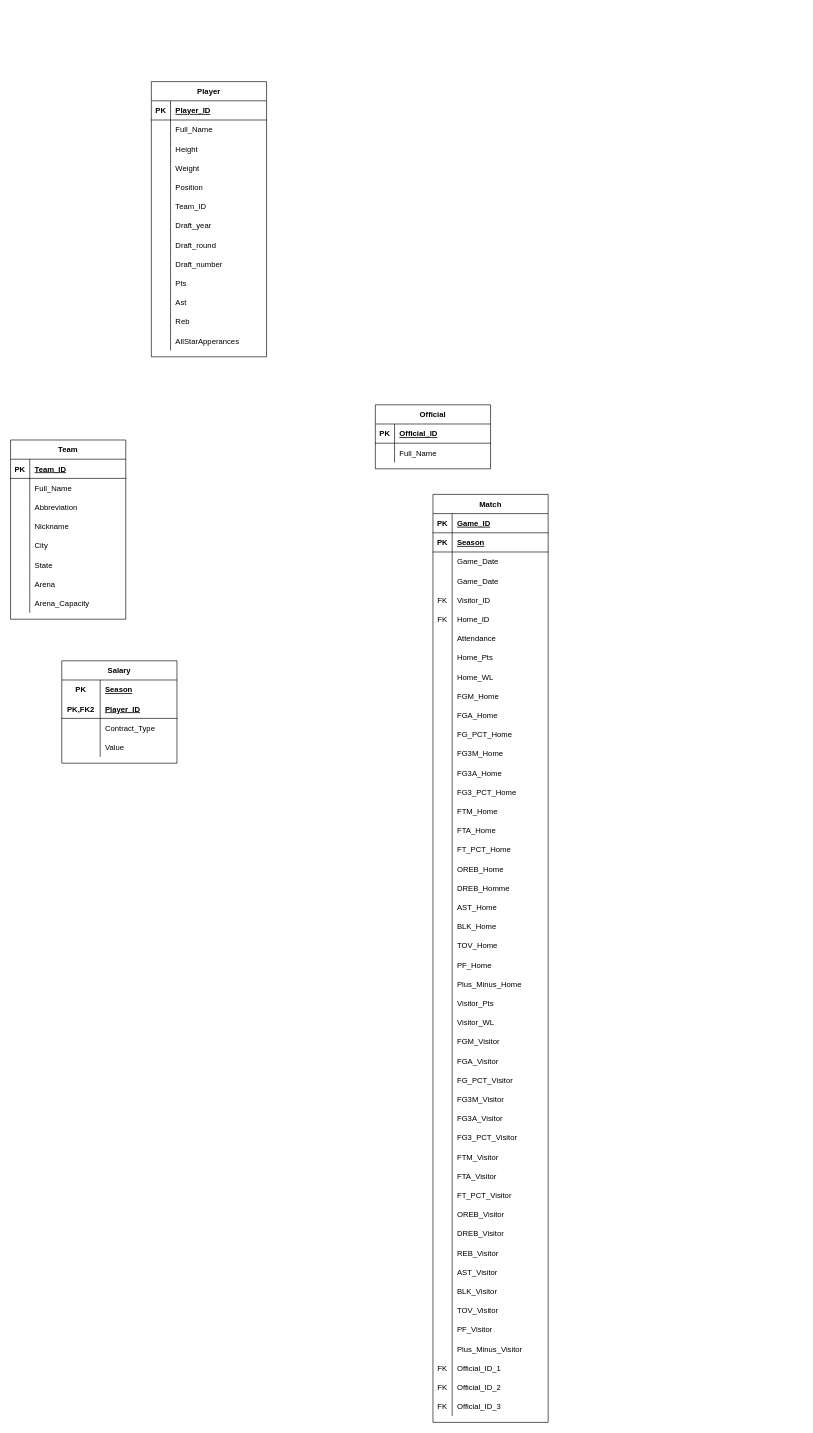
Earlier version of the draw.io diagram Others/ERDProyecto01DB.drawio (elpatron2211/BasedeDatosProyecto1). Source tidied: cells renumbered, new cells numbered last; positions are measured from the earlier drawing's top-left corner, leaving out a move shared by most shapes. Both pictures are drawn from the tidied source at 64%, with x=0, y=0 at pixel (10, 81).
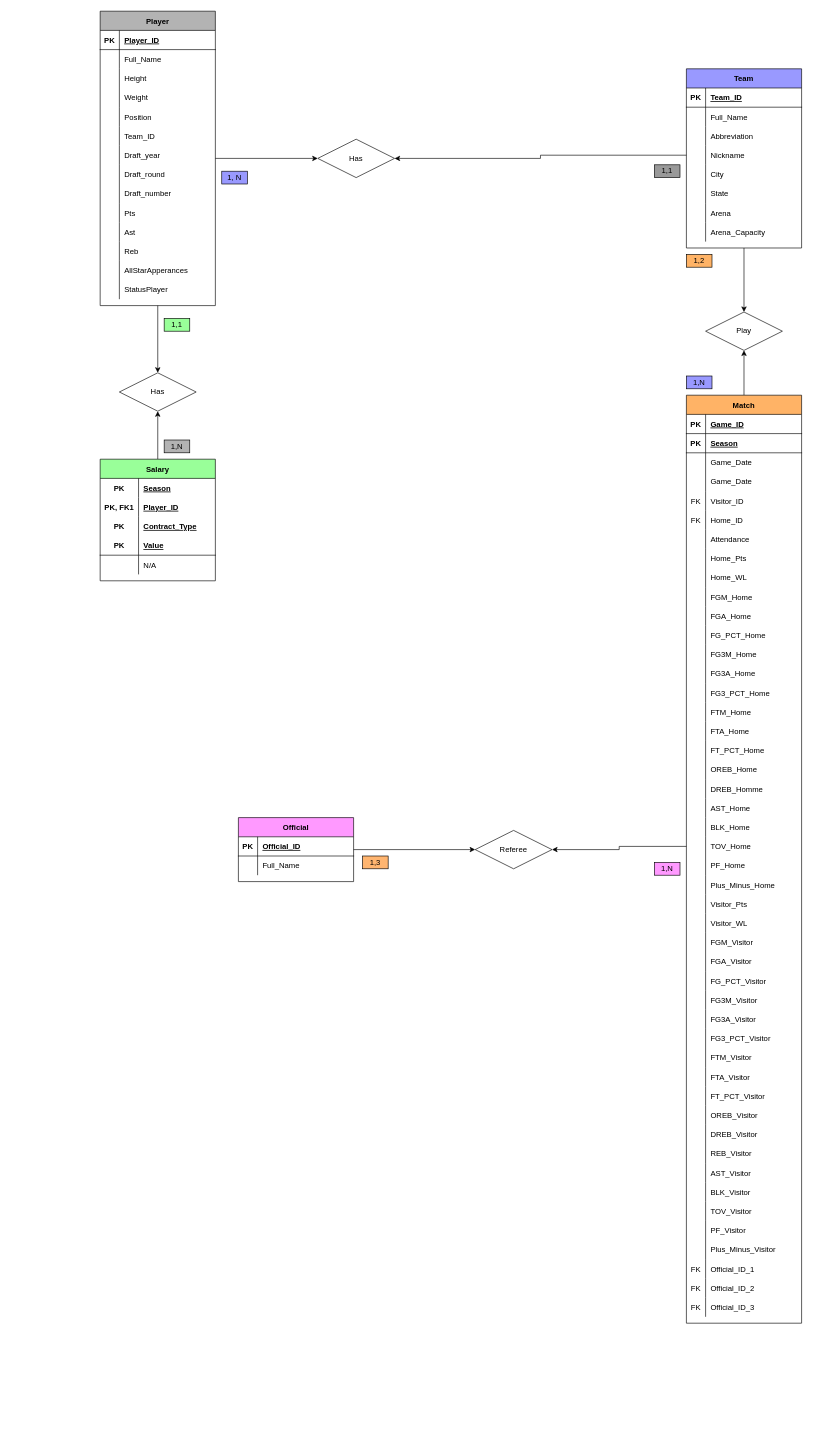
After the change.

Commit message (it also covers changes not shown here):
Made the entity relationship diagram

Unchanged cells that the change refers to:
```xml
<mxCell id="12" style="shape=tableRow;horizontal=0;startSize=0;swimlaneHead=0;swimlaneBody=0;fillColor=none;points=[[0,0.5],[1,0.5]];portConstraint=eastwest;top=0;left=0;right=0;bottom=0;" parent="2" vertex="1">
  <mxGeometry y="120" width="180" height="30" as="geometry" />
</mxCell>
<mxCell id="141" style="shape=tableRow;horizontal=0;startSize=0;swimlaneHead=0;swimlaneBody=0;fillColor=none;points=[[0,0.5],[1,0.5]];portConstraint=eastwest;top=0;left=0;right=0;bottom=0;" parent="74" vertex="1">
  <mxGeometry y="690" width="180" height="30" as="geometry" />
</mxCell>
```

What changed in the source:
```diff
@@
+    <mxCell id="229" style="edgeStyle=orthogonalEdgeStyle;rounded=0;jettySize=auto;html=1;entryX=0.5;entryY=0;entryDx=0;entryDy=0;" parent="1" edge="1" source="2" target="250">
+      <mxGeometry relative="1" as="geometry" />
+    </mxCell>
-    <mxCell id="2" value="Team" style="shape=table;startSize=30;childLayout=tableLayout;rowLines=0;fontStyle=1;align=center;" parent="1" vertex="1">
-      <mxGeometry y="560" width="180" height="280" as="geometry" />
+    <mxCell id="2" value="Team" style="shape=table;startSize=30;childLayout=tableLayout;rowLines=0;fontStyle=1;align=center;fillColor=#9999FF;" parent="1" vertex="1">
+      <mxGeometry x="1056" y="-20" width="180" height="280" as="geometry" />
     </mxCell>
@@
+    <mxCell id="230" style="edgeStyle=orthogonalEdgeStyle;rounded=0;jettySize=auto;html=1;" parent="1" edge="1" source="27" target="242">
+      <mxGeometry relative="1" as="geometry" />
+    </mxCell>
+    <mxCell id="231" style="edgeStyle=orthogonalEdgeStyle;rounded=0;jettySize=auto;html=1;entryX=0.5;entryY=0;entryDx=0;entryDy=0;" parent="1" edge="1" source="27" target="246">
+      <mxGeometry relative="1" as="geometry" />
+    </mxCell>
-    <mxCell id="27" value="Player" style="shape=table;startSize=30;childLayout=tableLayout;rowLines=0;fontStyle=1;align=center;" parent="1" vertex="1">
-      <mxGeometry x="220" width="180" height="430" as="geometry" />
+    <mxCell id="27" value="Player" style="shape=table;startSize=30;childLayout=tableLayout;rowLines=0;fontStyle=1;align=center;fillColor=#B3B3B3;" parent="1" vertex="1">
+      <mxGeometry x="140" y="-110" width="180" height="460" as="geometry" />
     </mxCell>
@@
+    <mxCell id="232" style="shape=tableRow;horizontal=0;startSize=0;swimlaneHead=0;swimlaneBody=0;fillColor=none;top=0;left=0;right=0;bottom=0;" parent="27" vertex="1">
+      <mxGeometry y="420" width="180" height="30" as="geometry" />
+    </mxCell>
+    <mxCell id="233" style="shape=partialRectangle;fillColor=none;top=0;left=0;bottom=0;right=0;overflow=hidden;" parent="232" vertex="1">
+      <mxGeometry width="30" height="30" as="geometry" />
+    </mxCell>
+    <mxCell id="234" value="StatusPlayer" style="shape=partialRectangle;fillColor=none;top=0;left=0;bottom=0;right=0;align=left;spacingLeft=6;overflow=hidden;" parent="232" vertex="1">
+      <mxGeometry x="30" width="150" height="30" as="geometry" />
+    </mxCell>
+    <mxCell id="235" style="edgeStyle=orthogonalEdgeStyle;rounded=0;jettySize=auto;html=1;entryX=0;entryY=0.5;entryDx=0;entryDy=0;" parent="1" edge="1" source="67" target="249">
+      <mxGeometry relative="1" as="geometry" />
+    </mxCell>
-    <mxCell id="67" value="Official" style="shape=table;startSize=30;childLayout=tableLayout;rowLines=0;fontStyle=1;align=center;" parent="1" vertex="1">
-      <mxGeometry x="570" y="505" width="180" height="100" as="geometry" />
+    <mxCell id="67" value="Official" style="shape=table;startSize=30;childLayout=tableLayout;rowLines=0;fontStyle=1;align=center;fillColor=#FF99FF;" parent="1" vertex="1">
+      <mxGeometry x="356" y="1150" width="180" height="100" as="geometry" />
     </mxCell>
@@
+    <mxCell id="236" style="edgeStyle=orthogonalEdgeStyle;rounded=0;jettySize=auto;html=1;entryX=0.5;entryY=1;entryDx=0;entryDy=0;" parent="1" edge="1" source="74" target="250">
+      <mxGeometry relative="1" as="geometry" />
+    </mxCell>
-    <mxCell id="74" value="Match" style="shape=table;startSize=30;childLayout=tableLayout;rowLines=0;fontStyle=1;align=center;" parent="1" vertex="1">
-      <mxGeometry x="660" y="645" width="180" height="1450" as="geometry" />
+    <mxCell id="74" value="Match" style="shape=table;startSize=30;childLayout=tableLayout;rowLines=0;fontStyle=1;align=center;fillColor=#FFB366;" parent="1" vertex="1">
+      <mxGeometry x="1056" y="490" width="180" height="1450" as="geometry" />
     </mxCell>
@@
+    <mxCell id="237" style="edgeStyle=orthogonalEdgeStyle;rounded=0;jettySize=auto;html=1;entryX=0.5;entryY=1;entryDx=0;entryDy=0;" parent="1" edge="1" source="216" target="246">
+      <mxGeometry relative="1" as="geometry" />
+    </mxCell>
-    <mxCell id="216" value="Salary" style="shape=table;startSize=30;childLayout=tableLayout;rowLines=0;fontStyle=1;align=center;" parent="1" vertex="1">
-      <mxGeometry x="80" y="905" width="180" height="160" as="geometry" />
+    <mxCell id="216" value="Salary" style="shape=table;startSize=30;childLayout=tableLayout;rowLines=0;fontStyle=1;align=center;fillColor=#99FF99;" parent="1" vertex="1">
+      <mxGeometry x="140" y="590" width="180" height="190" as="geometry" />
     </mxCell>
@@
+    <mxCell id="238" style="shape=tableRow;horizontal=0;startSize=0;swimlaneHead=0;swimlaneBody=0;fillColor=none;top=0;left=0;right=0;bottom=0;" parent="216" vertex="1">
+      <mxGeometry y="60" width="180" height="30" as="geometry" />
+    </mxCell>
+    <mxCell id="239" value="PK, FK1" style="shape=partialRectangle;fillColor=none;top=0;left=0;bottom=0;right=0;fontStyle=1;overflow=hidden;" parent="238" vertex="1">
+      <mxGeometry width="60" height="30" as="geometry" />
+    </mxCell>
+    <mxCell id="240" value="Player_ID" style="shape=partialRectangle;fillColor=none;top=0;left=0;bottom=0;right=0;align=left;spacingLeft=6;fontStyle=5;overflow=hidden;" parent="238" vertex="1">
+      <mxGeometry x="60" width="120" height="30" as="geometry" />
+    </mxCell>
+    <mxCell id="223" style="shape=tableRow;horizontal=0;startSize=0;swimlaneHead=0;swimlaneBody=0;fillColor=none;top=0;left=0;right=0;bottom=0;" parent="216" vertex="1">
+      <mxGeometry y="90" width="180" height="30" as="geometry" />
+    </mxCell>
+    <mxCell id="241" value="PK" style="shape=partialRectangle;fillColor=none;top=0;left=0;bottom=0;right=0;fontStyle=1;overflow=hidden;" parent="223" vertex="1">
+      <mxGeometry width="60" height="30" as="geometry" />
+    </mxCell>
+    <mxCell id="225" value="Contract_Type" style="shape=partialRectangle;fillColor=none;top=0;left=0;bottom=0;right=0;align=left;spacingLeft=6;fontStyle=5;overflow=hidden;" parent="223" vertex="1">
+      <mxGeometry x="60" width="120" height="30" as="geometry" />
+    </mxCell>
     <mxCell id="220" style="shape=tableRow;horizontal=0;startSize=0;swimlaneHead=0;swimlaneBody=0;fillColor=none;top=0;left=0;right=0;bottom=1;" parent="216" vertex="1">
-      <mxGeometry y="60" width="180" height="30" as="geometry" />
+      <mxGeometry y="120" width="180" height="30" as="geometry" />
     </mxCell>
-    <mxCell id="221" value="PK,FK2" style="shape=partialRectangle;fillColor=none;top=0;left=0;bottom=0;right=0;fontStyle=1;overflow=hidden;" parent="220" vertex="1">
+    <mxCell id="221" value="PK" style="shape=partialRectangle;fillColor=none;top=0;left=0;bottom=0;right=0;fontStyle=1;overflow=hidden;" parent="220" vertex="1">
       <mxGeometry width="60" height="30" as="geometry" />
     </mxCell>
-    <mxCell id="222" value="Player_ID" style="shape=partialRectangle;fillColor=none;top=0;left=0;bottom=0;right=0;align=left;spacingLeft=6;fontStyle=5;overflow=hidden;" parent="220" vertex="1">
+    <mxCell id="222" value="Value" style="shape=partialRectangle;fillColor=none;top=0;left=0;bottom=0;right=0;align=left;spacingLeft=6;fontStyle=5;overflow=hidden;" parent="220" vertex="1">
       <mxGeometry x="60" width="120" height="30" as="geometry" />
     </mxCell>
-    <mxCell id="223" style="shape=tableRow;horizontal=0;startSize=0;swimlaneHead=0;swimlaneBody=0;fillColor=none;top=0;left=0;right=0;bottom=0;" parent="216" vertex="1">
-      <mxGeometry y="90" width="180" height="30" as="geometry" />
-    </mxCell>
-    <mxCell id="224" style="shape=partialRectangle;fillColor=none;top=0;left=0;bottom=0;right=0;overflow=hidden;" parent="223" vertex="1">
-      <mxGeometry width="60" height="30" as="geometry" />
-    </mxCell>
-    <mxCell id="225" value="Contract_Type" style="shape=partialRectangle;fillColor=none;top=0;left=0;bottom=0;right=0;align=left;spacingLeft=6;overflow=hidden;" parent="223" vertex="1">
-      <mxGeometry x="60" width="120" height="30" as="geometry" />
-    </mxCell>
     <mxCell id="226" style="shape=tableRow;horizontal=0;startSize=0;swimlaneHead=0;swimlaneBody=0;fillColor=none;top=0;left=0;right=0;bottom=0;" parent="216" vertex="1">
-      <mxGeometry y="120" width="180" height="30" as="geometry" />
+      <mxGeometry y="150" width="180" height="30" as="geometry" />
     </mxCell>
@@
-    <mxCell id="228" value="Value" style="shape=partialRectangle;fillColor=none;top=0;left=0;bottom=0;right=0;align=left;spacingLeft=6;overflow=hidden;" parent="226" vertex="1">
+    <mxCell id="228" value="N/A" style="shape=partialRectangle;fillColor=none;top=0;left=0;bottom=0;right=0;align=left;spacingLeft=6;overflow=hidden;" parent="226" vertex="1">
       <mxGeometry x="60" width="120" height="30" as="geometry" />
     </mxCell>
+    <mxCell id="242" value="Has" style="shape=rhombus;perimeter=rhombusPerimeter;whiteSpace=wrap;html=1;align=center;" parent="1" vertex="1">
+      <mxGeometry x="480" y="90" width="120" height="60" as="geometry" />
+    </mxCell>
+    <mxCell id="243" style="edgeStyle=orthogonalEdgeStyle;rounded=0;jettySize=auto;html=1;entryX=1;entryY=0.5;entryDx=0;entryDy=0;" parent="1" edge="1" source="12" target="242">
+      <mxGeometry relative="1" as="geometry" />
+    </mxCell>
+    <mxCell id="244" value="1, N" style="rounded=0;whiteSpace=wrap;html=1;fillColor=#9999FF;" parent="1" vertex="1">
+      <mxGeometry x="330" y="140" width="40" height="20" as="geometry" />
+    </mxCell>
+    <mxCell id="245" value="1,1" style="rounded=0;whiteSpace=wrap;html=1;fillColor=#999999;" parent="1" vertex="1">
+      <mxGeometry x="1006" y="130" width="40" height="20" as="geometry" />
+    </mxCell>
+    <mxCell id="246" value="Has" style="shape=rhombus;perimeter=rhombusPerimeter;whiteSpace=wrap;html=1;align=center;" parent="1" vertex="1">
+      <mxGeometry x="170" y="455" width="120" height="60" as="geometry" />
+    </mxCell>
+    <mxCell id="247" value="1,1" style="rounded=0;whiteSpace=wrap;html=1;fillColor=#99FF99;" parent="1" vertex="1">
+      <mxGeometry x="240" y="370" width="40" height="20" as="geometry" />
+    </mxCell>
+    <mxCell id="248" value="1,N" style="rounded=0;whiteSpace=wrap;html=1;fillColor=#B3B3B3;" parent="1" vertex="1">
+      <mxGeometry x="240" y="560" width="40" height="20" as="geometry" />
+    </mxCell>
+    <mxCell id="249" value="Referee" style="shape=rhombus;perimeter=rhombusPerimeter;whiteSpace=wrap;html=1;align=center;" parent="1" vertex="1">
+      <mxGeometry x="726" y="1170" width="120" height="60" as="geometry" />
+    </mxCell>
+    <mxCell id="250" value="Play" style="shape=rhombus;perimeter=rhombusPerimeter;whiteSpace=wrap;html=1;align=center;" parent="1" vertex="1">
+      <mxGeometry x="1086" y="360" width="120" height="60" as="geometry" />
+    </mxCell>
+    <mxCell id="251" value="1,2" style="rounded=0;whiteSpace=wrap;html=1;fillColor=#FFB366;" parent="1" vertex="1">
+      <mxGeometry x="1056" y="270" width="40" height="20" as="geometry" />
+    </mxCell>
+    <mxCell id="252" value="1,N" style="rounded=0;whiteSpace=wrap;html=1;fillColor=#9999FF;" parent="1" vertex="1">
+      <mxGeometry x="1056" y="460" width="40" height="20" as="geometry" />
+    </mxCell>
+    <mxCell id="253" value="1,N" style="rounded=0;whiteSpace=wrap;html=1;fillColor=#FF99FF;" parent="1" vertex="1">
+      <mxGeometry x="1006" y="1220" width="40" height="20" as="geometry" />
+    </mxCell>
+    <mxCell id="254" value="1,3" style="rounded=0;whiteSpace=wrap;html=1;fillColor=#FFB570;" parent="1" vertex="1">
+      <mxGeometry x="550" y="1210" width="40" height="20" as="geometry" />
+    </mxCell>
+    <mxCell id="255" style="edgeStyle=orthogonalEdgeStyle;rounded=0;jettySize=auto;html=1;entryX=1;entryY=0.5;entryDx=0;entryDy=0;" parent="1" edge="1" source="141" target="249">
+      <mxGeometry relative="1" as="geometry" />
+    </mxCell>
```
